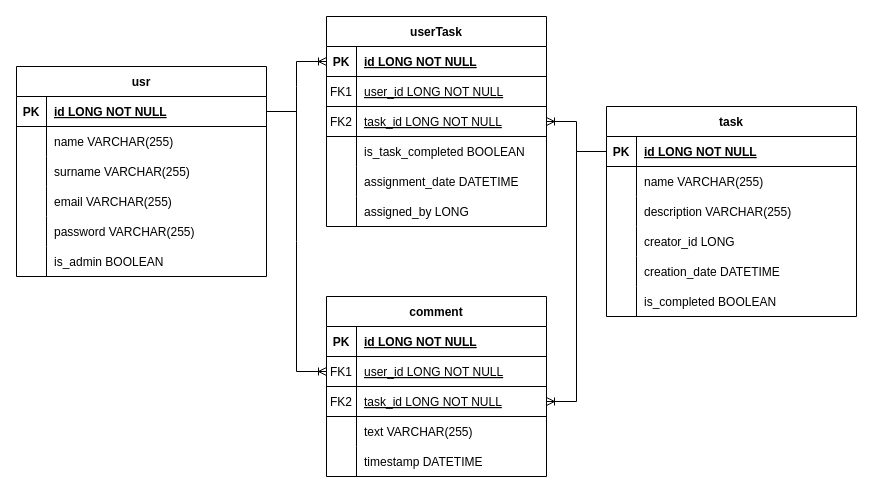
The draw.io diagram _docs/entity_relationship_model.drawio in mtimoxenko/media-workbench, before the edit. Source tidied: cells renumbered, new cells numbered last; positions are measured from the earlier drawing's top-left corner, leaving out a move shared by most shapes. Both pictures are drawn from the tidied source at 100%, with x=0, y=0 at pixel (16, 16).
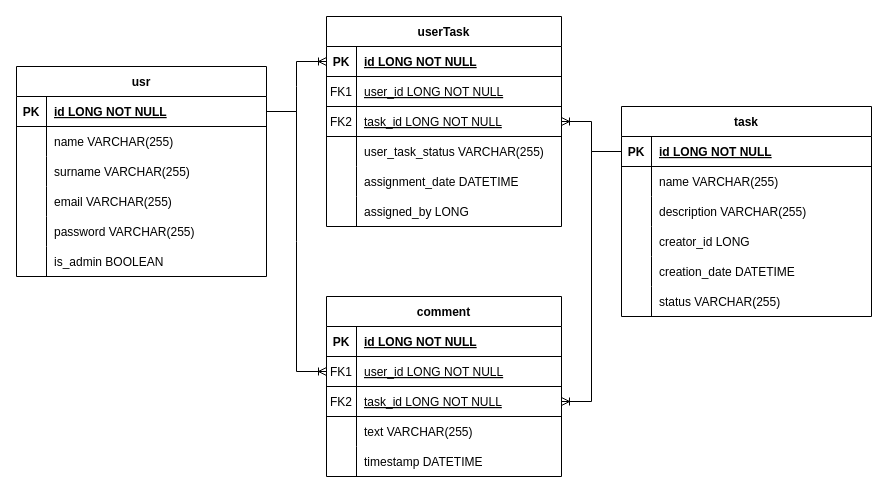
After the change.

Commit message (it also covers changes not shown here):
[update] task status

The change refers to these unchanged cells:
```xml
<mxCell id="22" style="shape=partialRectangle;fillColor=none;points=[[0,0.5],[1,0.5]];portConstraint=eastwest;top=0;left=0;right=0;bottom=1;" parent="21" vertex="1">
  <mxGeometry y="30" width="250" height="30" as="geometry" />
</mxCell>
<mxCell id="37" style="shape=partialRectangle;fillColor=none;top=0;left=0;right=0;bottom=0;" parent="21" vertex="1">
  <mxGeometry y="180" width="250" height="30" as="geometry" />
</mxCell>
```

What changed in the source:
```diff
@@
     <mxCell id="21" value="task" style="shape=table;startSize=30;childLayout=tableLayout;rowLines=0;fontStyle=1;align=center;" parent="1" vertex="1">
-      <mxGeometry x="590" y="90" width="250" height="210" as="geometry" />
+      <mxGeometry x="605" y="90" width="250" height="210" as="geometry" />
     </mxCell>
@@
-    <mxCell id="39" value="is_completed BOOLEAN" style="shape=partialRectangle;overflow=hidden;fillColor=none;top=0;left=0;bottom=0;right=0;align=left;spacingLeft=6;" parent="37" vertex="1">
+    <mxCell id="39" value="status VARCHAR(255)" style="shape=partialRectangle;overflow=hidden;fillColor=none;top=0;left=0;bottom=0;right=0;align=left;spacingLeft=6;" parent="37" vertex="1">
       <mxGeometry x="30" width="220" height="30" as="geometry" />
     </mxCell>
@@
     <mxCell id="41" value="comment" style="shape=table;startSize=30;childLayout=tableLayout;rowLines=0;fontStyle=1;align=center;" parent="1" vertex="1">
-      <mxGeometry x="310" y="280" width="220" height="180" as="geometry" />
+      <mxGeometry x="310" y="280" width="235" height="180" as="geometry" />
     </mxCell>
     <mxCell id="42" style="shape=partialRectangle;fillColor=none;top=0;left=0;right=0;bottom=1;" parent="41" vertex="1">
-      <mxGeometry y="30" width="220" height="30" as="geometry" />
+      <mxGeometry y="30" width="235" height="30" as="geometry" />
     </mxCell>
@@
     <mxCell id="44" value="id LONG NOT NULL" style="shape=partialRectangle;overflow=hidden;fillColor=none;top=0;left=0;bottom=0;right=0;align=left;spacingLeft=6;fontStyle=5;" parent="42" vertex="1">
-      <mxGeometry x="30" width="190" height="30" as="geometry" />
+      <mxGeometry x="30" width="205" height="30" as="geometry" />
     </mxCell>
     <mxCell id="45" style="shape=partialRectangle;fillColor=none;points=[[0,0.5],[1,0.5]];portConstraint=eastwest;top=0;left=0;right=0;bottom=1;" parent="41" vertex="1">
-      <mxGeometry y="60" width="220" height="30" as="geometry" />
+      <mxGeometry y="60" width="235" height="30" as="geometry" />
     </mxCell>
@@
     <mxCell id="47" value="user_id LONG NOT NULL" style="shape=partialRectangle;overflow=hidden;fillColor=none;top=0;left=0;bottom=0;right=0;align=left;spacingLeft=6;fontStyle=4;" parent="45" vertex="1">
-      <mxGeometry x="30" width="190" height="30" as="geometry" />
+      <mxGeometry x="30" width="205" height="30" as="geometry" />
     </mxCell>
     <mxCell id="48" style="shape=partialRectangle;fillColor=none;points=[[0,0.5],[1,0.5]];portConstraint=eastwest;top=0;left=0;right=0;bottom=1;" parent="41" vertex="1">
-      <mxGeometry y="90" width="220" height="30" as="geometry" />
+      <mxGeometry y="90" width="235" height="30" as="geometry" />
     </mxCell>
@@
     <mxCell id="50" value="task_id LONG NOT NULL" style="shape=partialRectangle;overflow=hidden;fillColor=none;top=0;left=0;bottom=0;right=0;align=left;spacingLeft=6;fontStyle=4;" parent="48" vertex="1">
-      <mxGeometry x="30" width="190" height="30" as="geometry" />
+      <mxGeometry x="30" width="205" height="30" as="geometry" />
     </mxCell>
     <mxCell id="51" style="shape=partialRectangle;fillColor=none;top=0;left=0;right=0;bottom=0;" parent="41" vertex="1">
-      <mxGeometry y="120" width="220" height="30" as="geometry" />
+      <mxGeometry y="120" width="235" height="30" as="geometry" />
     </mxCell>
@@
     <mxCell id="53" value="text VARCHAR(255)" style="shape=partialRectangle;overflow=hidden;fillColor=none;top=0;left=0;bottom=0;right=0;align=left;spacingLeft=6;" parent="51" vertex="1">
-      <mxGeometry x="30" width="190" height="30" as="geometry" />
+      <mxGeometry x="30" width="205" height="30" as="geometry" />
     </mxCell>
     <mxCell id="54" style="shape=partialRectangle;fillColor=none;top=0;left=0;right=0;bottom=0;" parent="41" vertex="1">
-      <mxGeometry y="150" width="220" height="30" as="geometry" />
+      <mxGeometry y="150" width="235" height="30" as="geometry" />
     </mxCell>
@@
     <mxCell id="56" value="timestamp DATETIME" style="shape=partialRectangle;overflow=hidden;fillColor=none;top=0;left=0;bottom=0;right=0;align=left;spacingLeft=6;" parent="54" vertex="1">
-      <mxGeometry x="30" width="190" height="30" as="geometry" />
+      <mxGeometry x="30" width="205" height="30" as="geometry" />
     </mxCell>
     <mxCell id="57" style="edgeStyle=entityRelationEdgeStyle;fontSize=12;html=1;endArrow=ERoneToMany;rounded=0;entryX=1;entryY=0.5;entryDx=0;entryDy=0;exitX=0;exitY=0.5;exitDx=0;exitDy=0;" parent="1" edge="1" source="22" target="48">
-      <mxGeometry relative="1" as="geometry" />
+      <mxGeometry relative="1" as="geometry">
+        <Array as="points">
+          <mxPoint x="585" y="260" />
+          <mxPoint x="545" y="270" />
+        </Array>
+      </mxGeometry>
     </mxCell>
@@
     <mxCell id="59" value="userTask" style="shape=table;startSize=30;childLayout=tableLayout;rowLines=0;fontStyle=1;align=center;" parent="1" vertex="1">
-      <mxGeometry x="310" width="220" height="210" as="geometry" />
+      <mxGeometry x="310" width="235" height="210" as="geometry" />
     </mxCell>
     <mxCell id="60" style="shape=partialRectangle;fillColor=none;top=0;left=0;right=0;bottom=1;" parent="59" vertex="1">
-      <mxGeometry y="30" width="220" height="30" as="geometry" />
+      <mxGeometry y="30" width="235" height="30" as="geometry" />
     </mxCell>
@@
     <mxCell id="62" value="id LONG NOT NULL" style="shape=partialRectangle;overflow=hidden;fillColor=none;top=0;left=0;bottom=0;right=0;align=left;spacingLeft=6;fontStyle=5;" parent="60" vertex="1">
-      <mxGeometry x="30" width="190" height="30" as="geometry" />
+      <mxGeometry x="30" width="205" height="30" as="geometry" />
     </mxCell>
     <mxCell id="63" style="shape=partialRectangle;fillColor=none;top=0;left=0;right=0;bottom=1;" parent="59" vertex="1">
-      <mxGeometry y="60" width="220" height="30" as="geometry" />
+      <mxGeometry y="60" width="235" height="30" as="geometry" />
     </mxCell>
@@
     <mxCell id="65" value="user_id LONG NOT NULL" style="shape=partialRectangle;overflow=hidden;fillColor=none;top=0;left=0;bottom=0;right=0;align=left;spacingLeft=6;fontStyle=4;" parent="63" vertex="1">
-      <mxGeometry x="30" width="190" height="30" as="geometry" />
+      <mxGeometry x="30" width="205" height="30" as="geometry" />
     </mxCell>
     <mxCell id="66" style="shape=partialRectangle;fillColor=none;points=[[0,0.5],[1,0.5]];portConstraint=eastwest;top=0;left=0;right=0;bottom=1;" parent="59" vertex="1">
-      <mxGeometry y="90" width="220" height="30" as="geometry" />
+      <mxGeometry y="90" width="235" height="30" as="geometry" />
     </mxCell>
@@
     <mxCell id="68" value="task_id LONG NOT NULL" style="shape=partialRectangle;overflow=hidden;fillColor=none;top=0;left=0;bottom=0;right=0;align=left;spacingLeft=6;fontStyle=4;" parent="66" vertex="1">
-      <mxGeometry x="30" width="190" height="30" as="geometry" />
+      <mxGeometry x="30" width="205" height="30" as="geometry" />
     </mxCell>
     <mxCell id="69" style="shape=partialRectangle;fillColor=none;top=0;left=0;right=0;bottom=0;" parent="59" vertex="1">
-      <mxGeometry y="120" width="220" height="30" as="geometry" />
+      <mxGeometry y="120" width="235" height="30" as="geometry" />
     </mxCell>
@@
-    <mxCell id="71" value="is_task_completed BOOLEAN" style="shape=partialRectangle;overflow=hidden;fillColor=none;top=0;left=0;bottom=0;right=0;align=left;spacingLeft=6;" parent="69" vertex="1">
-      <mxGeometry x="30" width="190" height="30" as="geometry" />
+    <mxCell id="71" value="user_task_status VARCHAR(255)" style="shape=partialRectangle;overflow=hidden;fillColor=none;top=0;left=0;bottom=0;right=0;align=left;spacingLeft=6;" parent="69" vertex="1">
+      <mxGeometry x="30" width="205" height="30" as="geometry" />
     </mxCell>
     <mxCell id="72" style="shape=partialRectangle;fillColor=none;top=0;left=0;right=0;bottom=0;" parent="59" vertex="1">
-      <mxGeometry y="150" width="220" height="30" as="geometry" />
+      <mxGeometry y="150" width="235" height="30" as="geometry" />
     </mxCell>
@@
     <mxCell id="74" value="assignment_date DATETIME" style="shape=partialRectangle;overflow=hidden;fillColor=none;top=0;left=0;bottom=0;right=0;align=left;spacingLeft=6;" parent="72" vertex="1">
-      <mxGeometry x="30" width="190" height="30" as="geometry" />
+      <mxGeometry x="30" width="205" height="30" as="geometry" />
     </mxCell>
     <mxCell id="75" style="shape=partialRectangle;fillColor=none;top=0;left=0;right=0;bottom=0;" parent="59" vertex="1">
-      <mxGeometry y="180" width="220" height="30" as="geometry" />
+      <mxGeometry y="180" width="235" height="30" as="geometry" />
     </mxCell>
@@
     <mxCell id="77" value="assigned_by LONG" style="shape=partialRectangle;overflow=hidden;fillColor=none;top=0;left=0;bottom=0;right=0;align=left;spacingLeft=6;" parent="75" vertex="1">
-      <mxGeometry x="30" width="190" height="30" as="geometry" />
+      <mxGeometry x="30" width="205" height="30" as="geometry" />
     </mxCell>
```
